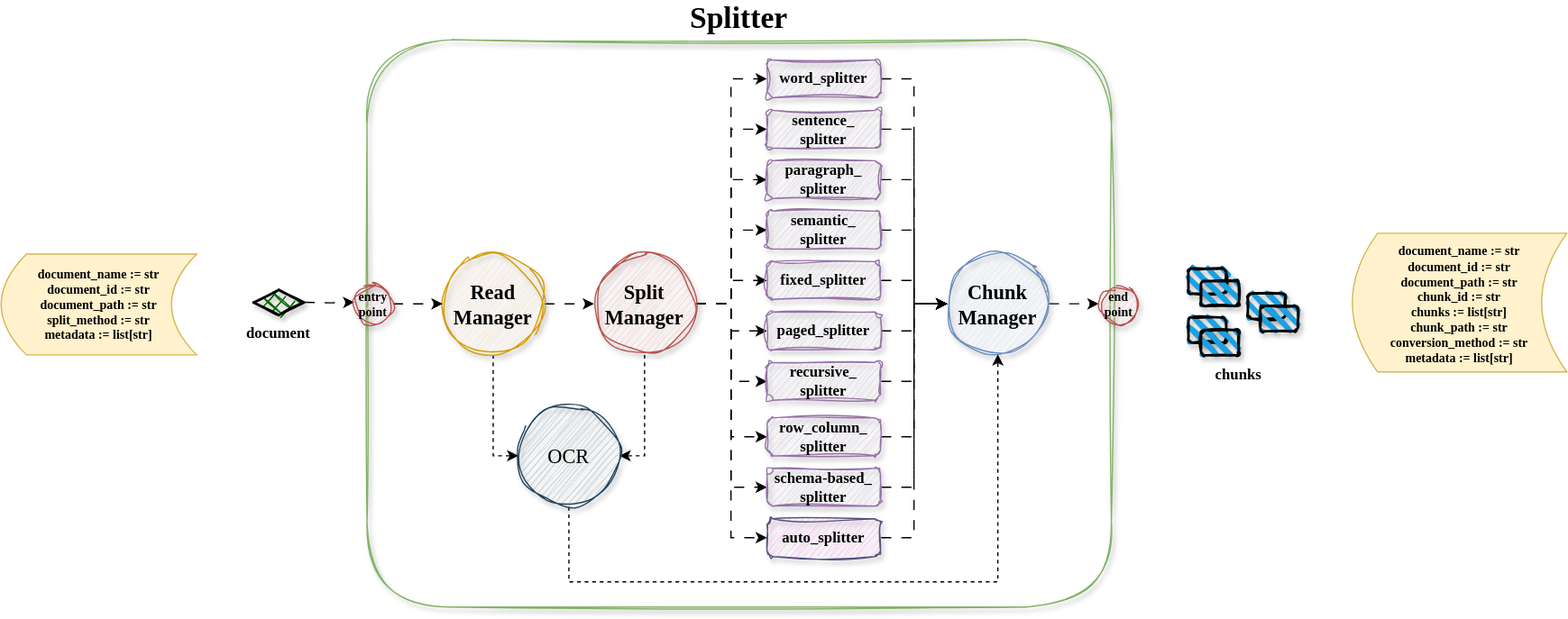
The draw.io diagram docs/assets/splitter.drawio.svg in andreshere00/Splitter, before a commit. Source tidied: cells renumbered, new cells last; positions are measured from the earlier drawing's top-left corner, leaving out a move shared by most shapes.
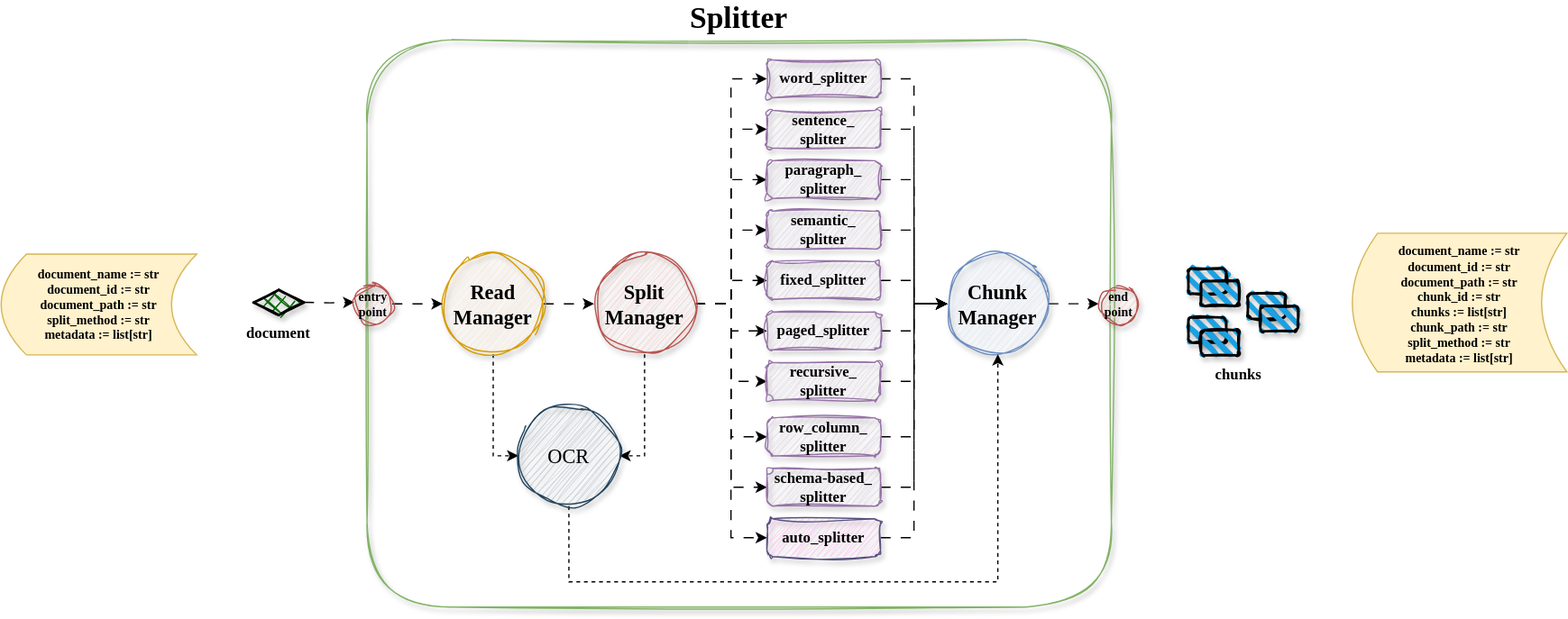
The same diagram one commit later.

Commit message:
fix: README.md architecture diagram

Change to the diagram source:
```diff
@@ -171,7 +171,7 @@
     <mxCell id="54" value="&lt;b&gt;document_name := str&lt;/b&gt;&lt;div&gt;&lt;b&gt;document_id := str&lt;/b&gt;&lt;/div&gt;&lt;div&gt;&lt;b&gt;document_path := str&lt;/b&gt;&lt;/div&gt;&lt;div&gt;&lt;b&gt;split_method := str&lt;/b&gt;&lt;/div&gt;&lt;div&gt;&lt;b&gt;metadata :=&amp;nbsp;&lt;span style=&quot;background-color: transparent; color: light-dark(rgb(0, 0, 0), rgb(255, 255, 255));&quot;&gt;list[str]&lt;/span&gt;&lt;/b&gt;&lt;/div&gt;" style="shape=dataStorage;whiteSpace=wrap;html=1;fixedSize=1;fillColor=#fff2cc;strokeColor=#d6b656;fontFamily=Fira Code;fontSize=10;" parent="1" vertex="1">
       <mxGeometry y="170" width="155" height="80" as="geometry" />
     </mxCell>
-    <mxCell id="55" value="&lt;b style=&quot;font-family: &amp;quot;Fira Code&amp;quot;; font-size: 10px;&quot;&gt;document_name := str&lt;/b&gt;&lt;div style=&quot;font-family: &amp;quot;Fira Code&amp;quot;; font-size: 10px;&quot;&gt;&lt;b&gt;document_id := str&lt;/b&gt;&lt;/div&gt;&lt;div style=&quot;font-family: &amp;quot;Fira Code&amp;quot;; font-size: 10px;&quot;&gt;&lt;b&gt;document_path := str&lt;/b&gt;&lt;/div&gt;&lt;div style=&quot;font-family: &amp;quot;Fira Code&amp;quot;; font-size: 10px;&quot;&gt;&lt;b&gt;chunk_id := str&lt;/b&gt;&lt;/div&gt;&lt;div style=&quot;font-family: &amp;quot;Fira Code&amp;quot;; font-size: 10px;&quot;&gt;&lt;b&gt;chunks := list[str]&lt;/b&gt;&lt;/div&gt;&lt;div style=&quot;font-family: &amp;quot;Fira Code&amp;quot;; font-size: 10px;&quot;&gt;&lt;b&gt;chunk_path := str&lt;/b&gt;&lt;b&gt;&lt;br&gt;&lt;/b&gt;&lt;/div&gt;&lt;div style=&quot;font-family: &amp;quot;Fira Code&amp;quot;; font-size: 10px;&quot;&gt;&lt;b&gt;conversion_method := str&lt;/b&gt;&lt;/div&gt;&lt;div style=&quot;font-family: &amp;quot;Fira Code&amp;quot;; font-size: 10px;&quot;&gt;&lt;b&gt;metadata :=&amp;nbsp;&lt;span style=&quot;background-color: transparent; color: light-dark(rgb(0, 0, 0), rgb(255, 255, 255));&quot;&gt;list[str]&lt;/span&gt;&lt;/b&gt;&lt;/div&gt;" style="shape=dataStorage;whiteSpace=wrap;html=1;fixedSize=1;fillColor=#fff2cc;strokeColor=#d6b656;" parent="1" vertex="1">
+    <mxCell id="55" value="&lt;b style=&quot;font-family: &amp;quot;Fira Code&amp;quot;; font-size: 10px;&quot;&gt;document_name := str&lt;/b&gt;&lt;div style=&quot;font-family: &amp;quot;Fira Code&amp;quot;; font-size: 10px;&quot;&gt;&lt;b&gt;document_id := str&lt;/b&gt;&lt;/div&gt;&lt;div style=&quot;font-family: &amp;quot;Fira Code&amp;quot;; font-size: 10px;&quot;&gt;&lt;b&gt;document_path := str&lt;/b&gt;&lt;/div&gt;&lt;div style=&quot;font-family: &amp;quot;Fira Code&amp;quot;; font-size: 10px;&quot;&gt;&lt;b&gt;chunk_id := str&lt;/b&gt;&lt;/div&gt;&lt;div style=&quot;font-family: &amp;quot;Fira Code&amp;quot;; font-size: 10px;&quot;&gt;&lt;b&gt;chunks := list[str]&lt;/b&gt;&lt;/div&gt;&lt;div style=&quot;font-family: &amp;quot;Fira Code&amp;quot;; font-size: 10px;&quot;&gt;&lt;b&gt;chunk_path := str&lt;/b&gt;&lt;b&gt;&lt;br&gt;&lt;/b&gt;&lt;/div&gt;&lt;div style=&quot;font-family: &amp;quot;Fira Code&amp;quot;; font-size: 10px;&quot;&gt;&lt;b&gt;split_method := str&lt;/b&gt;&lt;/div&gt;&lt;div style=&quot;font-family: &amp;quot;Fira Code&amp;quot;; font-size: 10px;&quot;&gt;&lt;b&gt;metadata :=&amp;nbsp;&lt;span style=&quot;background-color: transparent; color: light-dark(rgb(0, 0, 0), rgb(255, 255, 255));&quot;&gt;list[str]&lt;/span&gt;&lt;/b&gt;&lt;/div&gt;" style="shape=dataStorage;whiteSpace=wrap;html=1;fixedSize=1;fillColor=#fff2cc;strokeColor=#d6b656;" parent="1" vertex="1">
       <mxGeometry x="1071" y="153.5" width="170" height="110" as="geometry" />
     </mxCell>
   </root>
```
